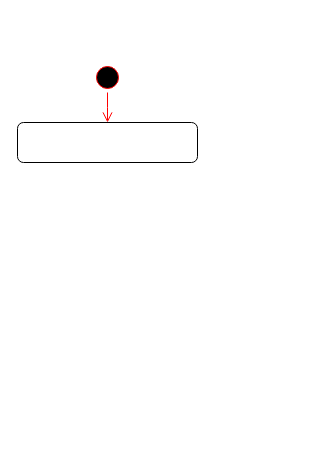
Above: Activity1.drawio in shalulaha/Minor_Project (draw.io), before the change. Source tidied: cells renumbered, new cells numbered last; positions are measured from the earlier drawing's top-left corner, leaving out a move shared by most shapes. Both pictures are drawn from the tidied source at 100%, with x=0, y=0 at pixel (17, 62).
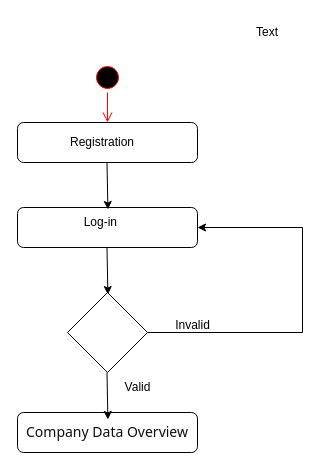
The same page after the edit.

What changed in the source:
```diff
@@
+    <mxCell id="5" value="Registration" style="text;html=1;align=center;verticalAlign=middle;whiteSpace=wrap;rounded=0;" parent="1" vertex="1">
+      <mxGeometry x="55" y="65" width="60" height="30" as="geometry" />
+    </mxCell>
+    <mxCell id="6" style="rounded=1;whiteSpace=wrap;html=1;" parent="1" vertex="1">
+      <mxGeometry y="145" width="180" height="40" as="geometry" />
+    </mxCell>
+    <mxCell id="7" value="Log-in&amp;nbsp;" style="text;html=1;align=center;verticalAlign=middle;whiteSpace=wrap;rounded=0;" parent="1" vertex="1">
+      <mxGeometry x="55" y="145" width="60" height="30" as="geometry" />
+    </mxCell>
+    <mxCell id="8" value="&lt;span style=&quot;color: rgb(13, 13, 13); font-family: Söhne, ui-sans-serif, system-ui, -apple-system, &amp;quot;Segoe UI&amp;quot;, Roboto, Ubuntu, Cantarell, &amp;quot;Noto Sans&amp;quot;, sans-serif, &amp;quot;Helvetica Neue&amp;quot;, Arial, &amp;quot;Apple Color Emoji&amp;quot;, &amp;quot;Segoe UI Emoji&amp;quot;, &amp;quot;Segoe UI Symbol&amp;quot;, &amp;quot;Noto Color Emoji&amp;quot;; text-align: start; white-space-collapse: preserve; background-color: rgb(255, 255, 255);&quot;&gt;&lt;font style=&quot;font-size: 14px;&quot;&gt;Company Data Overview&lt;/font&gt;&lt;/span&gt;" style="rounded=1;whiteSpace=wrap;html=1;" parent="1" vertex="1">
+      <mxGeometry y="350" width="180" height="40" as="geometry" />
+    </mxCell>
+    <mxCell id="9" value="Text" style="text;html=1;align=center;verticalAlign=middle;whiteSpace=wrap;rounded=0;" parent="1" vertex="1">
+      <mxGeometry x="220" y="-45" width="60" height="30" as="geometry" />
+    </mxCell>
+    <mxCell id="10" style="endArrow=classic;html=1;rounded=0;exitX=0.467;exitY=0.95;exitDx=0;exitDy=0;entryX=0.5;entryY=0;entryDx=0;entryDy=0;exitPerimeter=0;" parent="1" edge="1">
+      <mxGeometry relative="1" as="geometry">
+        <mxPoint x="89.5" y="100" as="sourcePoint" />
+        <mxPoint x="90.4" y="147" as="targetPoint" />
+      </mxGeometry>
+    </mxCell>
+    <mxCell id="11" style="endArrow=classic;html=1;rounded=0;exitX=0.467;exitY=0.95;exitDx=0;exitDy=0;entryX=0.5;entryY=0;entryDx=0;entryDy=0;exitPerimeter=0;" parent="1" edge="1">
+      <mxGeometry relative="1" as="geometry">
+        <mxPoint x="89.5" y="185" as="sourcePoint" />
+        <mxPoint x="90.4" y="232" as="targetPoint" />
+      </mxGeometry>
+    </mxCell>
+    <mxCell id="12" style="rhombus;whiteSpace=wrap;html=1;" parent="1" vertex="1">
+      <mxGeometry x="50" y="230" width="80" height="80" as="geometry" />
+    </mxCell>
+    <mxCell id="13" style="endArrow=classic;html=1;rounded=0;exitX=1;exitY=0.5;exitDx=0;exitDy=0;entryX=1;entryY=0.5;entryDx=0;entryDy=0;" parent="1" edge="1" source="12" target="6">
+      <mxGeometry relative="1" as="geometry">
+        <Array as="points">
+          <mxPoint x="285" y="270" />
+          <mxPoint x="285" y="165" />
+        </Array>
+      </mxGeometry>
+    </mxCell>
+    <mxCell id="14" style="endArrow=classic;html=1;rounded=0;exitX=0.467;exitY=0.95;exitDx=0;exitDy=0;entryX=0.5;entryY=0;entryDx=0;entryDy=0;exitPerimeter=0;" parent="1" edge="1">
+      <mxGeometry relative="1" as="geometry">
+        <mxPoint x="89.5" y="310" as="sourcePoint" />
+        <mxPoint x="90.4" y="357" as="targetPoint" />
+      </mxGeometry>
+    </mxCell>
+    <mxCell id="15" value="Invalid" style="text;html=1;align=center;verticalAlign=middle;strokeColor=none;fillColor=none;" parent="1" vertex="1">
+      <mxGeometry x="145" y="248" width="60" height="30" as="geometry" />
+    </mxCell>
+    <mxCell id="16" value="Valid" style="text;html=1;align=center;verticalAlign=middle;strokeColor=none;fillColor=none;" parent="1" vertex="1">
+      <mxGeometry x="95" y="310" width="50" height="30" as="geometry" />
+    </mxCell>
```
